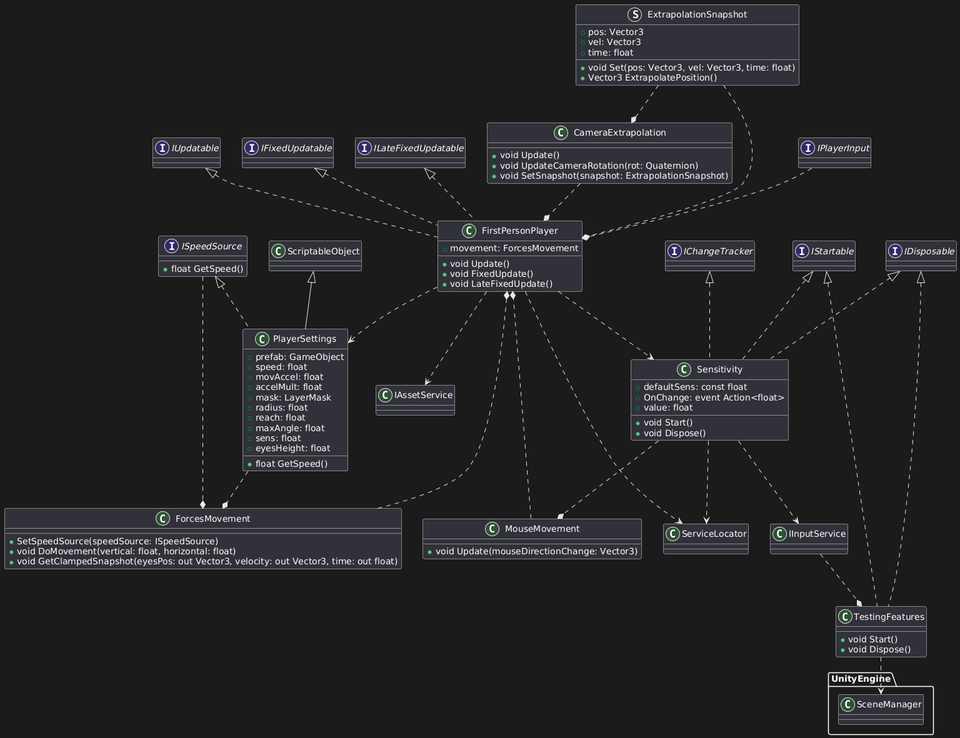
Dan-Mechanics/IntegratedGameplaySystem keeps this PlantUML diagram as player_img.png. Above is the earlier version. Source of this version:
```plantuml
@startuml
class FirstPersonPlayer implements IUpdatable, IFixedUpdatable, ILateFixedUpdatable
{
    + movement: ForcesMovement
    + void Update()
    + void FixedUpdate()
    + void LateFixedUpdate()
}

class PlayerSettings extends ScriptableObject implements ISpeedSource
{
    + prefab: GameObject
    + speed: float
    + movAccel: float
    + accelMult: float
    + mask: LayerMask
    + radius: float
    + reach: float
    + maxAngle: float
    + sens: float
    + eyesHeight: float
    + float GetSpeed()
}

class TestingFeatures implements IStartable, IDisposable
{
    + void Start()
    + void Dispose()
}

class CameraExtrapolation
{
    + void Update()
    + void UpdateCameraRotation(rot: Quaternion)
    + void SetSnapshot(snapshot: ExtrapolationSnapshot)
}

struct ExtrapolationSnapshot
{
    + pos: Vector3
    + vel: Vector3
    + time: float

    + void Set(pos: Vector3, vel: Vector3, time: float)
    + Vector3 ExtrapolatePosition()
}

class Sensitivity implements IStartable, IDisposable, IChangeTracker<float>
{
    + defaultSens: const float
    + OnChange: event Action<float>
    + value: float
    + void Start()
    + void Dispose()
}

class MouseMovement
{
    + void Update(mouseDirectionChange: Vector3)
}

interface ISpeedSource
{
    + float GetSpeed()
}

interface IPlayerInput
{

}

class ForcesMovement
{
    + SetSpeedSource(speedSource: ISpeedSource)
    + void DoMovement(vertical: float, horizontal: float)
    + void GetClampedSnapshot(eyesPos: out Vector3, velocity: out Vector3, time: out float)
}

ForcesMovement ..* FirstPersonPlayer
IPlayerInput ..* FirstPersonPlayer
MouseMovement ..* FirstPersonPlayer
CameraExtrapolation ..* FirstPersonPlayer
ExtrapolationSnapshot ..* FirstPersonPlayer
FirstPersonPlayer ..> Sensitivity
IInputService ..* TestingFeatures
TestingFeatures ..> UnityEngine.SceneManager
ExtrapolationSnapshot ..* CameraExtrapolation
FirstPersonPlayer ..> ServiceLocator
FirstPersonPlayer ..> IAssetService
FirstPersonPlayer ..> PlayerSettings
Sensitivity ..> ServiceLocator
Sensitivity ..> IInputService
Sensitivity ..* MouseMovement
ISpeedSource ..* ForcesMovement
PlayerSettings ..* ForcesMovement
@enduml
```
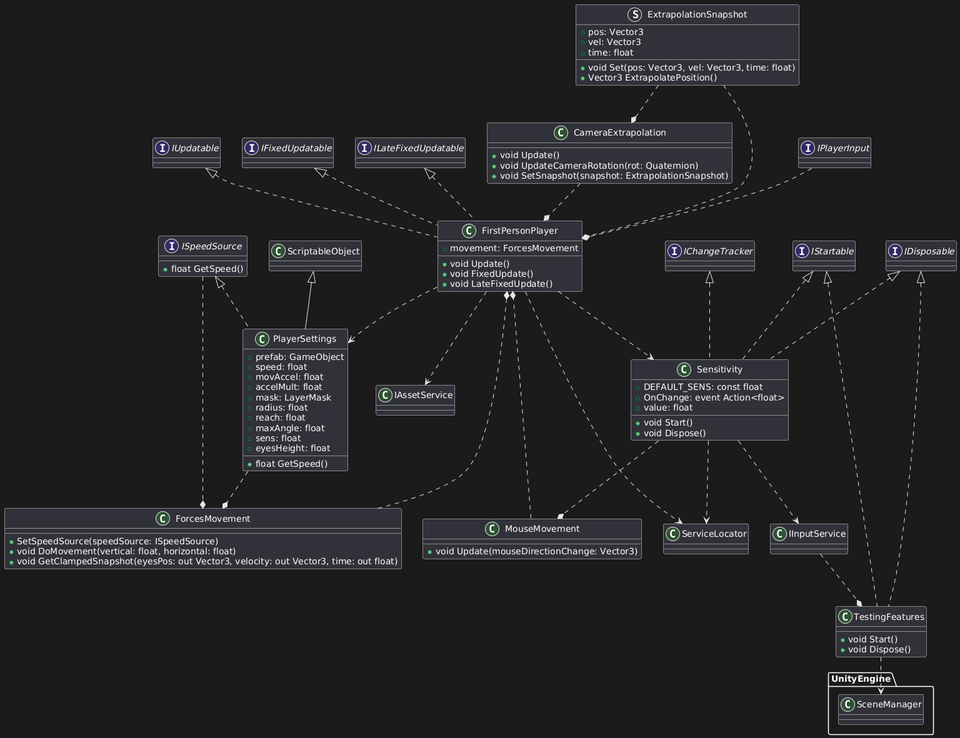
Above is the later version.

What changed in the source:
```diff
@@ -47,7 +47,7 @@
 
 class Sensitivity implements IStartable, IDisposable, IChangeTracker<float>
 {
-    + defaultSens: const float
+    + DEFAULT_SENS: const float
     + OnChange: event Action<float>
     + value: float
     + void Start()
```
